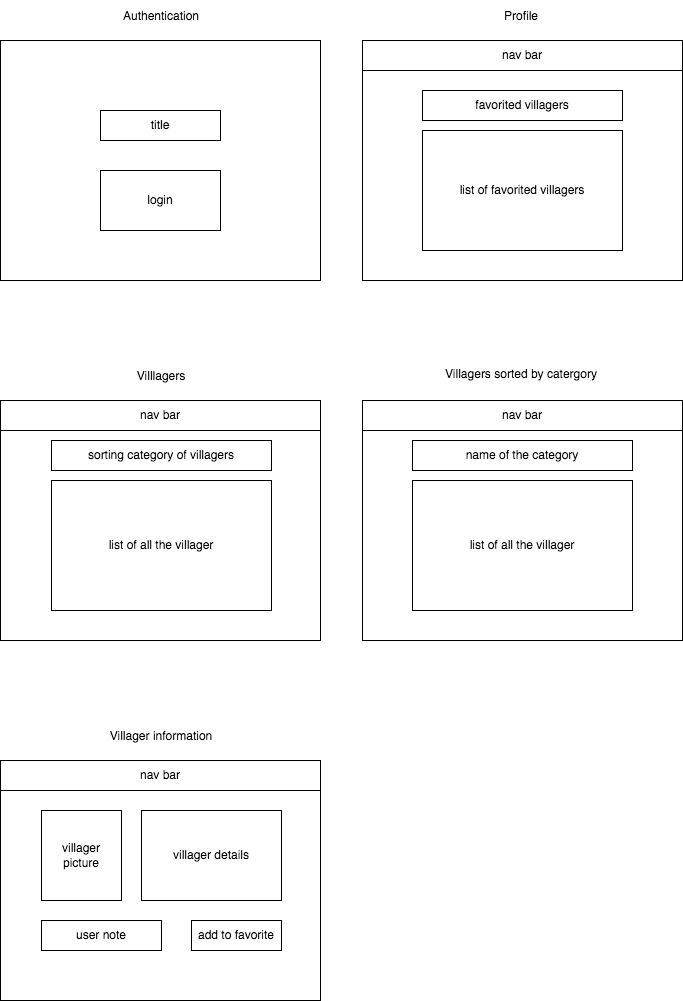
PvrkFvmily/project-2 keeps this draw.io diagram as wireframe.drawio.png. Above is the earlier version. Source tidied: cells renumbered, new cells last; positions are measured from the earlier drawing's top-left corner, leaving out a move shared by most shapes. Source of this version:
```xml
<mxGraphModel>
  <root>
    <mxCell id="0" />
    <mxCell id="1" parent="0" />
    <mxCell id="2" value="Authentication" style="text;strokeColor=none;fillColor=default;align=center;verticalAlign=middle;spacingLeft=4;spacingRight=4;overflow=hidden;" parent="1" vertex="1">
      <mxGeometry x="101" width="120" height="30" as="geometry" />
    </mxCell>
    <mxCell id="3" value="Profile" style="text;strokeColor=none;fillColor=default;align=center;verticalAlign=middle;spacingLeft=4;spacingRight=4;overflow=hidden;" parent="1" vertex="1">
      <mxGeometry x="481" width="80" height="30" as="geometry" />
    </mxCell>
    <mxCell id="4" value="Villlagers" style="text;strokeColor=none;fillColor=default;align=center;verticalAlign=middle;spacingLeft=4;spacingRight=4;overflow=hidden;" parent="1" vertex="1">
      <mxGeometry x="121" y="360" width="80" height="30" as="geometry" />
    </mxCell>
    <mxCell id="5" value="&lt;div&gt;&lt;span&gt;&lt;font face=&quot;helvetica&quot;&gt;Villagers sorted by catergory&lt;/font&gt;&lt;/span&gt;&lt;/div&gt;" style="text;whiteSpace=wrap;html=1;align=center;fillColor=default;" parent="1" vertex="1">
      <mxGeometry x="421" y="360" width="200" height="30" as="geometry" />
    </mxCell>
    <mxCell id="6" style="rounded=0;whiteSpace=wrap;html=1;" parent="1" vertex="1">
      <mxGeometry y="760" width="320" height="240" as="geometry" />
    </mxCell>
    <mxCell id="7" value="Villager information" style="text;strokeColor=none;fillColor=default;align=center;verticalAlign=middle;spacingLeft=4;spacingRight=4;overflow=hidden;" parent="1" vertex="1">
      <mxGeometry x="101" y="720" width="120" height="30" as="geometry" />
    </mxCell>
    <mxCell id="8" style="rounded=0;whiteSpace=wrap;html=1;" parent="1" vertex="1">
      <mxGeometry x="362" y="400" width="320" height="240" as="geometry" />
    </mxCell>
    <mxCell id="9" style="rounded=0;whiteSpace=wrap;html=1;" parent="1" vertex="1">
      <mxGeometry y="400" width="320" height="240" as="geometry" />
    </mxCell>
    <mxCell id="10" style="rounded=0;whiteSpace=wrap;html=1;" parent="1" vertex="1">
      <mxGeometry y="40" width="320" height="240" as="geometry" />
    </mxCell>
    <mxCell id="11" style="rounded=0;whiteSpace=wrap;html=1;" parent="1" vertex="1">
      <mxGeometry x="362" y="40" width="320" height="240" as="geometry" />
    </mxCell>
    <mxCell id="12" value="nav bar" style="rounded=0;whiteSpace=wrap;html=1;fillColor=default;" parent="1" vertex="1">
      <mxGeometry x="362" y="40" width="320" height="30" as="geometry" />
    </mxCell>
    <mxCell id="13" value="nav bar" style="rounded=0;whiteSpace=wrap;html=1;fillColor=default;" parent="1" vertex="1">
      <mxGeometry y="400" width="320" height="30" as="geometry" />
    </mxCell>
    <mxCell id="14" value="nav bar" style="rounded=0;whiteSpace=wrap;html=1;fillColor=default;" parent="1" vertex="1">
      <mxGeometry x="362" y="400" width="320" height="30" as="geometry" />
    </mxCell>
    <mxCell id="15" value="nav bar" style="rounded=0;whiteSpace=wrap;html=1;fillColor=default;" parent="1" vertex="1">
      <mxGeometry y="760" width="320" height="30" as="geometry" />
    </mxCell>
    <mxCell id="16" value="title" style="rounded=0;whiteSpace=wrap;html=1;fillColor=default;" parent="1" vertex="1">
      <mxGeometry x="100" y="110" width="120" height="30" as="geometry" />
    </mxCell>
    <mxCell id="17" value="login" style="rounded=0;whiteSpace=wrap;html=1;fillColor=default;" parent="1" vertex="1">
      <mxGeometry x="100" y="170" width="120" height="60" as="geometry" />
    </mxCell>
    <mxCell id="18" value="favorited villagers" style="rounded=0;whiteSpace=wrap;html=1;fillColor=default;" parent="1" vertex="1">
      <mxGeometry x="422" y="90" width="200" height="30" as="geometry" />
    </mxCell>
    <mxCell id="19" value="list of favorited villagers" style="rounded=0;whiteSpace=wrap;html=1;fillColor=default;" parent="1" vertex="1">
      <mxGeometry x="422" y="130" width="200" height="120" as="geometry" />
    </mxCell>
    <mxCell id="20" value="sorting category of villagers" style="rounded=0;whiteSpace=wrap;html=1;fillColor=default;" parent="1" vertex="1">
      <mxGeometry x="51" y="440" width="220" height="30" as="geometry" />
    </mxCell>
    <mxCell id="21" value="list of all the villager" style="rounded=0;whiteSpace=wrap;html=1;fillColor=default;" parent="1" vertex="1">
      <mxGeometry x="51" y="480" width="220" height="130" as="geometry" />
    </mxCell>
    <mxCell id="22" value="name of the category" style="rounded=0;whiteSpace=wrap;html=1;fillColor=default;" parent="1" vertex="1">
      <mxGeometry x="412" y="440" width="220" height="30" as="geometry" />
    </mxCell>
    <mxCell id="23" value="list of all the villager" style="rounded=0;whiteSpace=wrap;html=1;fillColor=default;" parent="1" vertex="1">
      <mxGeometry x="412" y="480" width="220" height="130" as="geometry" />
    </mxCell>
    <mxCell id="24" value="villager&lt;br&gt;picture" style="rounded=0;whiteSpace=wrap;html=1;fillColor=default;" parent="1" vertex="1">
      <mxGeometry x="41" y="810" width="80" height="90" as="geometry" />
    </mxCell>
    <mxCell id="25" value="villager details" style="rounded=0;whiteSpace=wrap;html=1;fillColor=default;" parent="1" vertex="1">
      <mxGeometry x="141" y="810" width="140" height="90" as="geometry" />
    </mxCell>
    <mxCell id="26" value="add to favorite" style="rounded=0;whiteSpace=wrap;html=1;fillColor=default;" parent="1" vertex="1">
      <mxGeometry x="191" y="920" width="90" height="30" as="geometry" />
    </mxCell>
    <mxCell id="27" value="user note" style="rounded=0;whiteSpace=wrap;html=1;fillColor=default;" parent="1" vertex="1">
      <mxGeometry x="41" y="920" width="120" height="30" as="geometry" />
    </mxCell>
  </root>
</mxGraphModel>
```
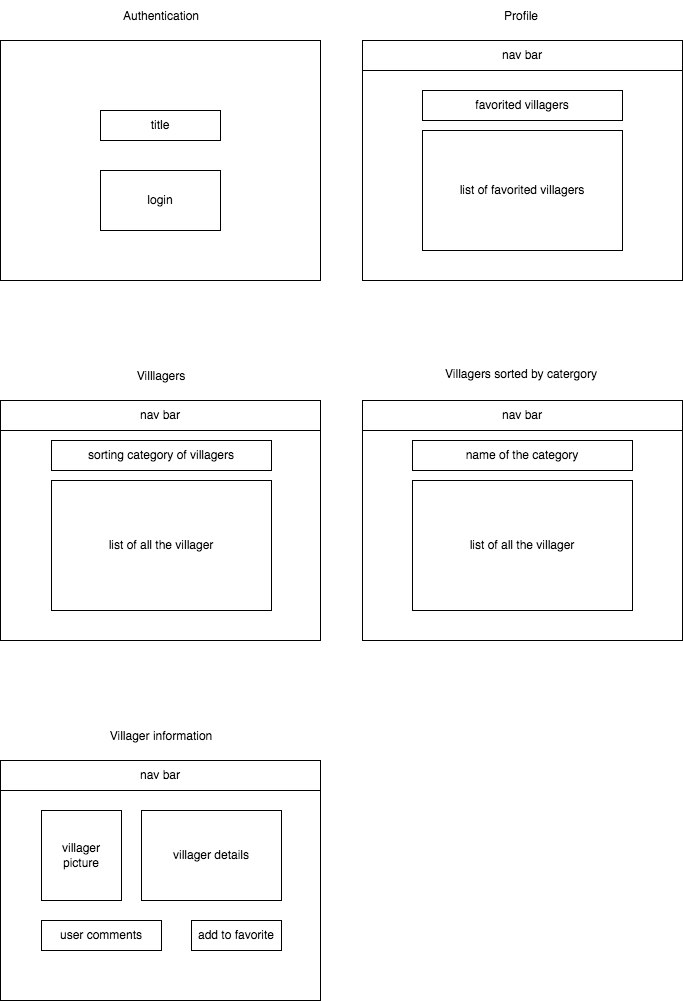
The same file after the commit.

Diff of the diagram source:
```diff
@@ -77,7 +77,7 @@
     <mxCell id="26" value="add to favorite" style="rounded=0;whiteSpace=wrap;html=1;fillColor=default;" parent="1" vertex="1">
       <mxGeometry x="191" y="920" width="90" height="30" as="geometry" />
     </mxCell>
-    <mxCell id="27" value="user note" style="rounded=0;whiteSpace=wrap;html=1;fillColor=default;" parent="1" vertex="1">
+    <mxCell id="27" value="user comments" style="rounded=0;whiteSpace=wrap;html=1;fillColor=default;" parent="1" vertex="1">
       <mxGeometry x="41" y="920" width="120" height="30" as="geometry" />
     </mxCell>
   </root>
```
